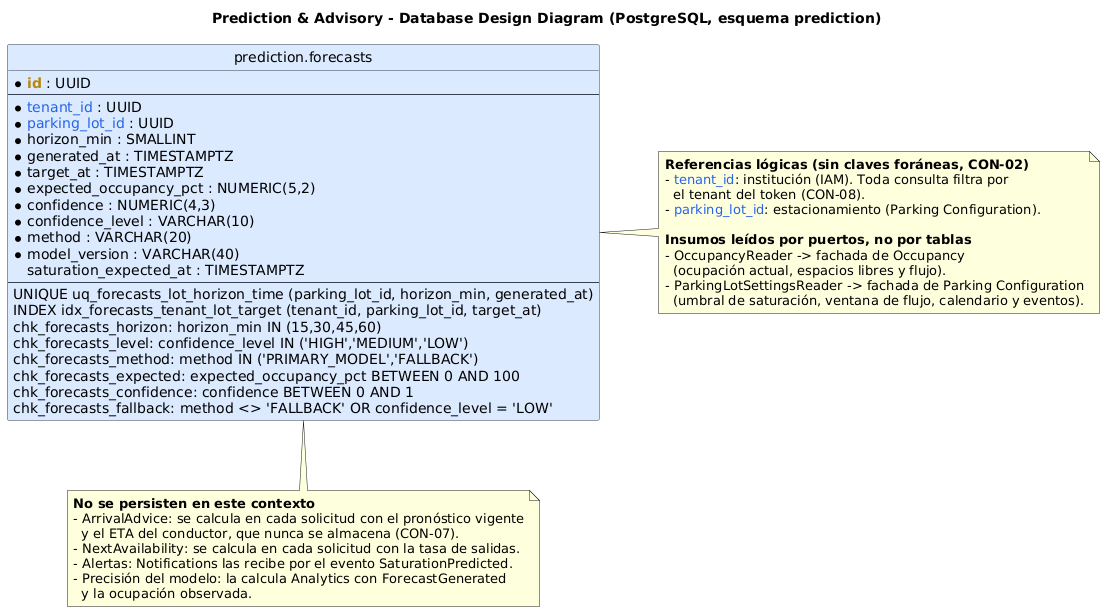
Earlier version of the PlantUML export assets/capitulo-05/PredictionAdvisoryDatabaseDesignDiagram.png (1ASI0728-2620-9056-Quadrapp/quadrapp-project-report).
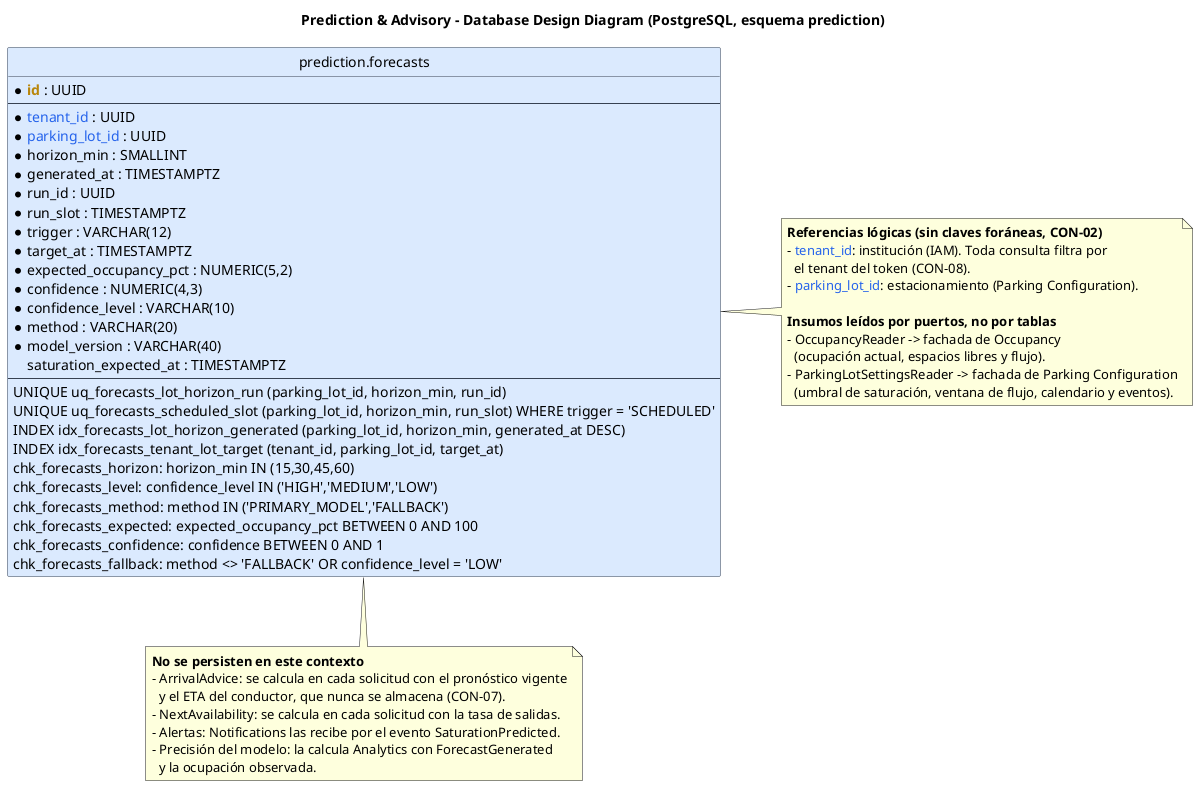
The same diagram one commit later.

The edit, as a diff of the source:
```diff
@@ -24,6 +24,9 @@
   * REF(parking_lot_id) : UUID
   * horizon_min : SMALLINT
   * generated_at : TIMESTAMPTZ
+  * run_id : UUID
+  * run_slot : TIMESTAMPTZ
+  * trigger : VARCHAR(12)
   * target_at : TIMESTAMPTZ
   * expected_occupancy_pct : NUMERIC(5,2)
   * confidence : NUMERIC(4,3)
@@ -32,7 +35,9 @@
   * model_version : VARCHAR(40)
   saturation_expected_at : TIMESTAMPTZ
   --
-  UNIQUE uq_forecasts_lot_horizon_time (parking_lot_id, horizon_min, generated_at)
+  UNIQUE uq_forecasts_lot_horizon_run (parking_lot_id, horizon_min, run_id)
+  UNIQUE uq_forecasts_scheduled_slot (parking_lot_id, horizon_min, run_slot) WHERE trigger = 'SCHEDULED'
+  INDEX idx_forecasts_lot_horizon_generated (parking_lot_id, horizon_min, generated_at DESC)
   INDEX idx_forecasts_tenant_lot_target (tenant_id, parking_lot_id, target_at)
   chk_forecasts_horizon: horizon_min IN (15,30,45,60)
   chk_forecasts_level: confidence_level IN ('HIGH','MEDIUM','LOW')
```
